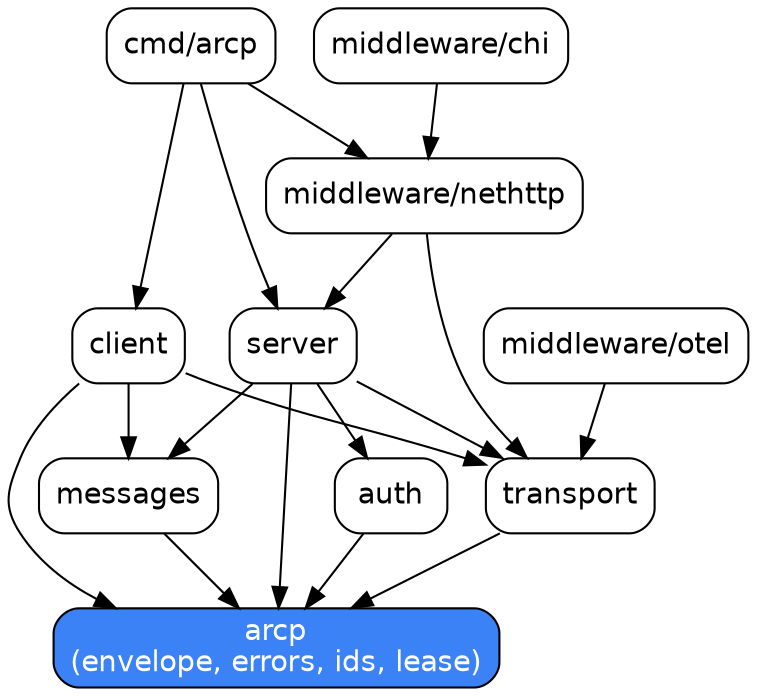
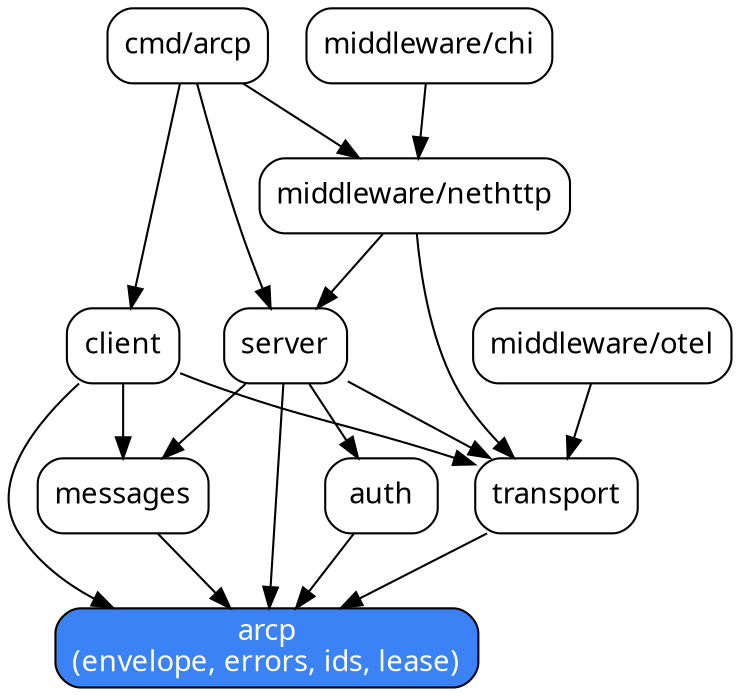
/*
 * Copyright (c) 2026 The ARCP Authors
 * Licensed under the Apache License, Version 2.0.
 * SPDX-License-Identifier: Apache-2.0
 */
digraph PackageGraph {
-     graph [rankdir=TB, fontname=Helvetica, bgcolor=transparent];
-     node  [shape=box, style=rounded, fontname=Helvetica];
-     edge  [fontname=Helvetica];
+     graph [rankdir=TB, fontname="TT Commons Pro Trial", bgcolor=transparent];
+     node  [shape=box, style=rounded, fontname="TT Commons Pro Trial"];
+     edge  [fontname="TT Commons Pro Trial"];

    arcp        [label="arcp\n(envelope, errors, ids, lease)", style="rounded,filled", fillcolor="#3B82F6", fontcolor=white];
    messages    [label="messages"];
    transport   [label="transport"];
    auth        [label="auth"];
    client      [label="client"];
    server      [label="server"];
    nethttp     [label="middleware/nethttp"];
    chi         [label="middleware/chi"];
    otel        [label="middleware/otel"];
    cli         [label="cmd/arcp"];

    messages   -> arcp;
    transport  -> arcp;
    auth       -> arcp;
    client     -> arcp;
    client     -> transport;
    client     -> messages;
    server     -> arcp;
    server     -> transport;
    server     -> messages;
    server     -> auth;
    nethttp    -> server;
    nethttp    -> transport;
    chi        -> nethttp;
    otel       -> transport;
    cli        -> client;
    cli        -> server;
    cli        -> nethttp;
}
